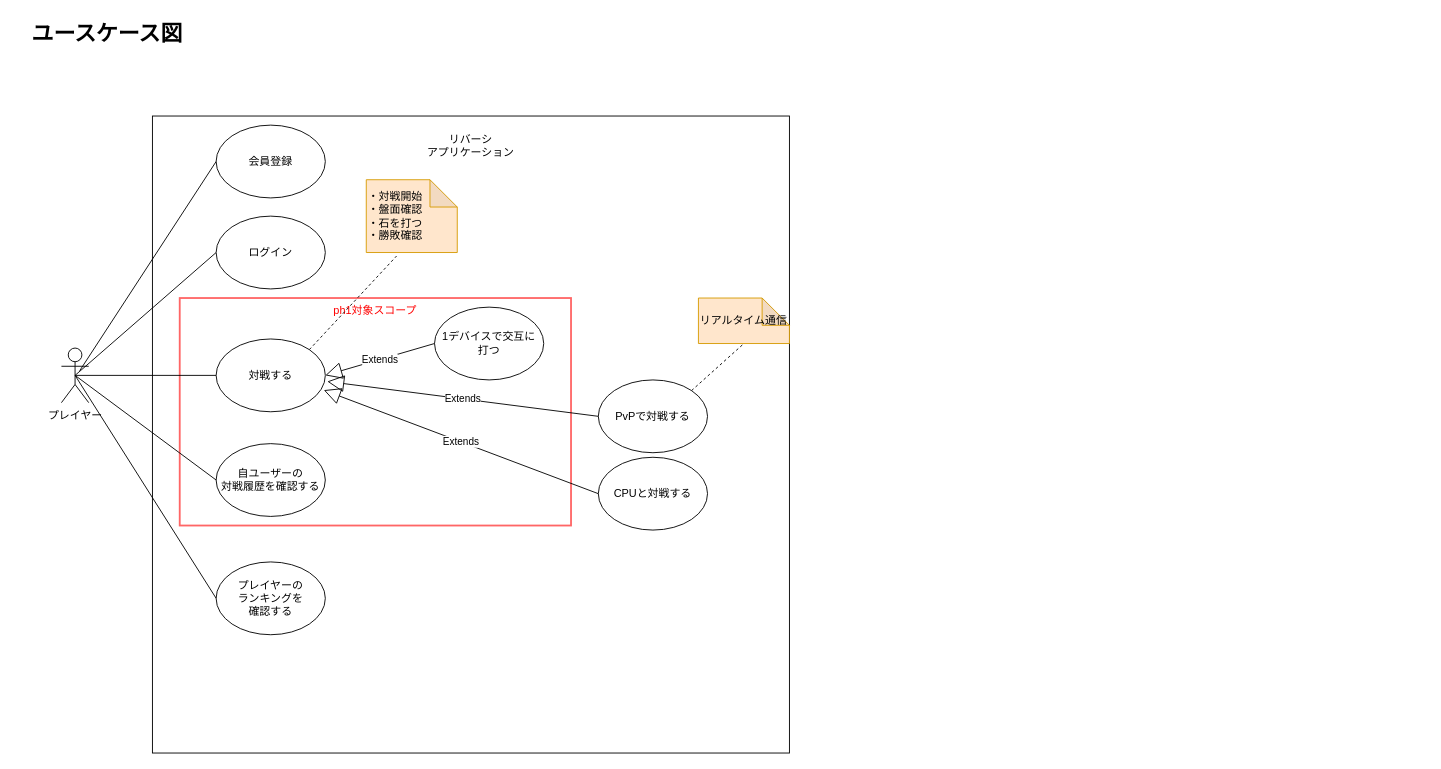
The draw.io diagram docs/use-case.drawio in kokoro-hart/reversi-app, before the edit. Source tidied: cells renumbered, new cells numbered last; positions are measured from the earlier drawing's top-left corner, leaving out a move shared by most shapes. Both pictures are drawn from the tidied source at 91%, with x=0, y=0 at pixel (15, 15).
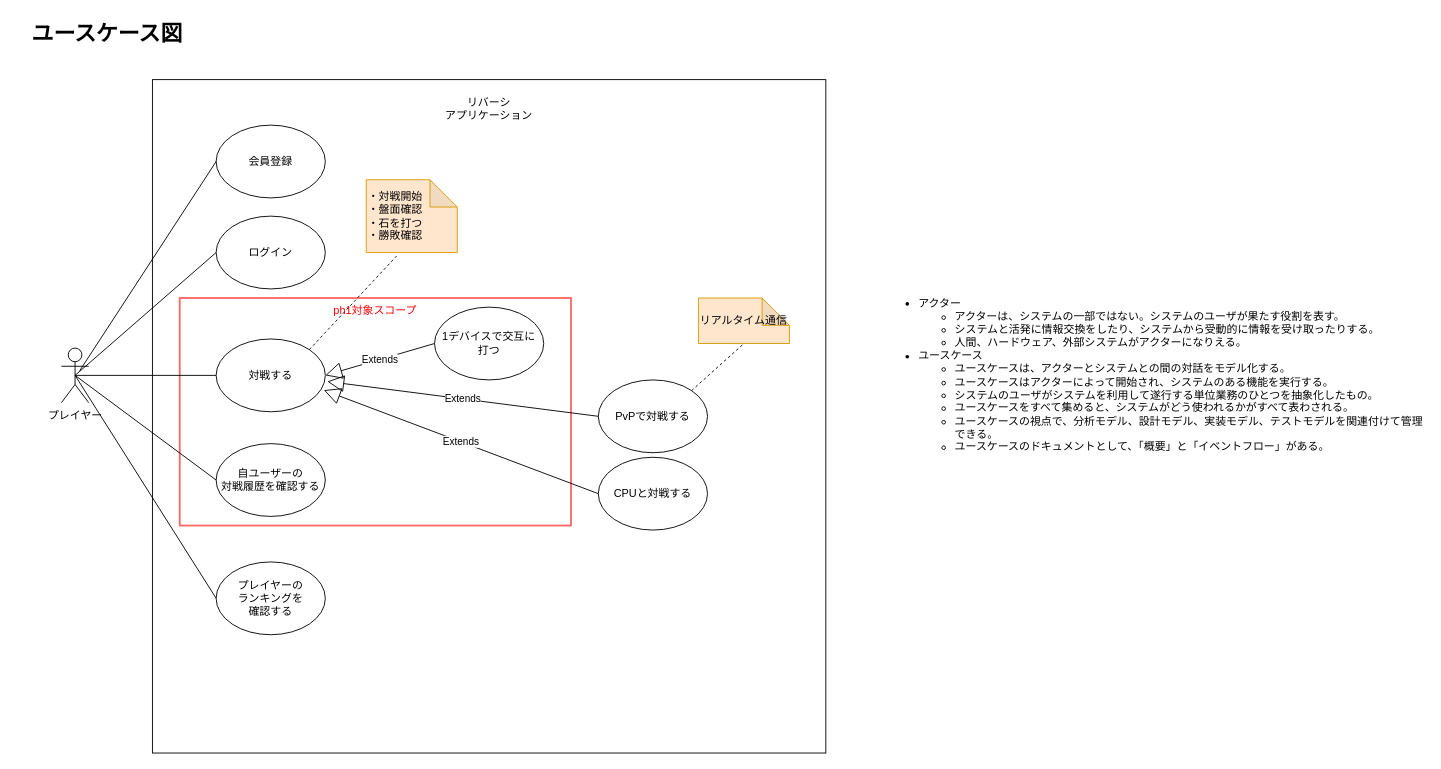
After the change.

Commit message (it also covers changes not shown here):
feat: 概念モデルを作成

What changed in the source:
```diff
@@
     <mxCell id="3" value="&lt;p style=&quot;line-height: 120%;&quot;&gt;&lt;/p&gt;&lt;div style=&quot;&quot;&gt;リバーシ&lt;br&gt;アプリケーション&lt;/div&gt;&lt;p&gt;&lt;/p&gt;" style="whiteSpace=wrap;html=1;fillColor=none;align=center;verticalAlign=top;" parent="1" vertex="1">
-      <mxGeometry x="150" y="110" width="700" height="700" as="geometry" />
+      <mxGeometry x="150" y="70" width="740" height="740" as="geometry" />
     </mxCell>
@@
+    <mxCell id="26" value="&lt;ul&gt;&lt;li&gt;アクター&lt;/li&gt;&lt;ul&gt;&lt;li&gt;アクターは、システムの一部ではない。システムのユーザが果たす役割を表す。&lt;/li&gt;&lt;li&gt;システムと活発に情報交換をしたり、システムから受動的に情報を受け取ったりする。&lt;/li&gt;&lt;li&gt;人間、ハードウェア、外部システムがアクターになりえる。&lt;/li&gt;&lt;/ul&gt;&lt;li&gt;ユースケース&lt;/li&gt;&lt;ul&gt;&lt;li&gt;ユースケースは、アクターとシステムとの間の対話をモデル化する。&lt;/li&gt;&lt;li&gt;ユースケースはアクターによって開始され、システムのある機能を実行する。&lt;/li&gt;&lt;li&gt;システムのユーザがシステムを利用して遂行する単位業務のひとつを抽象化したもの。&lt;/li&gt;&lt;li&gt;ユースケースをすべて集めると、システムがどう使われるかがすべて表わされる。&lt;/li&gt;&lt;li&gt;ユースケースの視点で、分析モデル、設計モデル、実装モデル、テストモデルを関連付けて管理できる。&lt;/li&gt;&lt;li&gt;ユースケースのドキュメントとして、「概要」と「イベントフロー」がある。&lt;/li&gt;&lt;/ul&gt;&lt;/ul&gt;" style="text;strokeColor=none;fillColor=none;html=1;whiteSpace=wrap;verticalAlign=middle;overflow=hidden;" parent="1" vertex="1">
+      <mxGeometry x="950" y="260" width="600" height="270" as="geometry" />
+    </mxCell>
```
